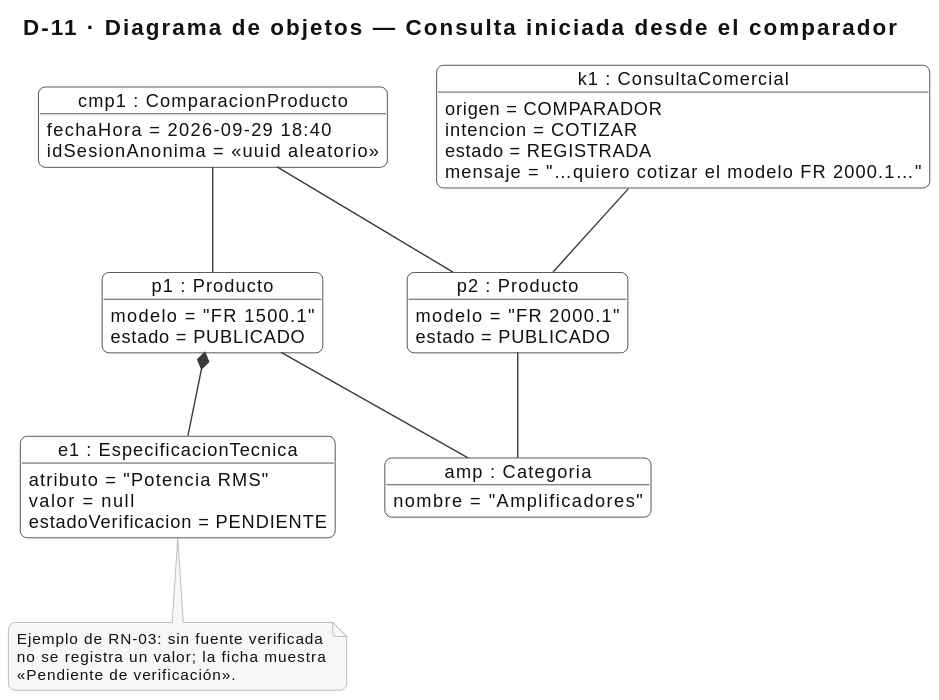
Earlier version of the PlantUML export RUP_BLACK_HAWK/DIAGRAMAS_UML/svg/D11_objetos.svg (AlTi1912/BH-PDF). Source of this version:
```plantuml
@startuml
!include _estilo.iuml
title D-11 · Diagrama de objetos — Consulta iniciada desde el comparador

object "cmp1 : ComparacionProducto" as cmp1 {
  fechaHora = 2026-09-29 18:40
  idSesionAnonima = «uuid aleatorio»
}
object "p1 : Producto" as p1 {
  modelo = "FR 1500.1"
  estado = PUBLICADO
}
object "p2 : Producto" as p2 {
  modelo = "FR 2000.1"
  estado = PUBLICADO
}
object "amp : Categoria" as amp {
  nombre = "Amplificadores"
}
object "e1 : EspecificacionTecnica" as e1 {
  atributo = "Potencia RMS"
  valor = null
  estadoVerificacion = PENDIENTE
}
object "k1 : ConsultaComercial" as k1 {
  origen = COMPARADOR
  intencion = COTIZAR
  estado = REGISTRADA
  mensaje = "…quiero cotizar el modelo FR 2000.1…"
}

cmp1 -- p1
cmp1 -- p2
p1 -- amp
p2 -- amp
p1 *-- e1
k1 -- p2
note bottom of e1
  Ejemplo de RN-03: sin fuente verificada
  no se registra un valor; la ficha muestra
  «Pendiente de verificación».
end note
@enduml
```
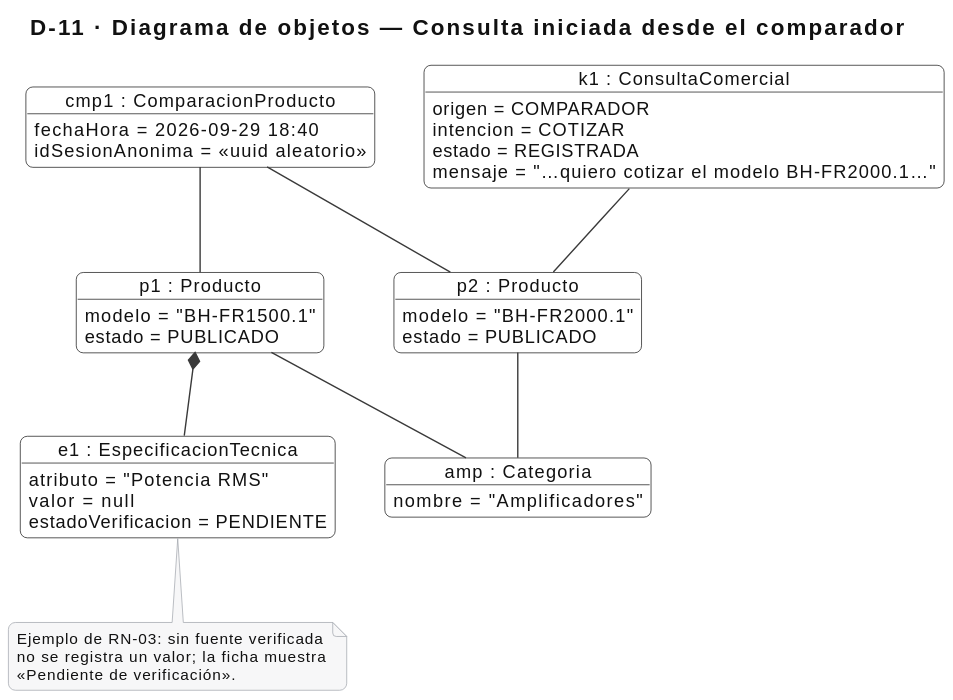
After the commit.

Diff of the diagram source:
```diff
@@ -7,11 +7,11 @@
   idSesionAnonima = «uuid aleatorio»
 }
 object "p1 : Producto" as p1 {
-  modelo = "FR 1500.1"
+  modelo = "BH-FR1500.1"
   estado = PUBLICADO
 }
 object "p2 : Producto" as p2 {
-  modelo = "FR 2000.1"
+  modelo = "BH-FR2000.1"
   estado = PUBLICADO
 }
 object "amp : Categoria" as amp {
@@ -26,7 +26,7 @@
   origen = COMPARADOR
   intencion = COTIZAR
   estado = REGISTRADA
-  mensaje = "…quiero cotizar el modelo FR 2000.1…"
+  mensaje = "…quiero cotizar el modelo BH-FR2000.1…"
 }
 
 cmp1 -- p1
```
